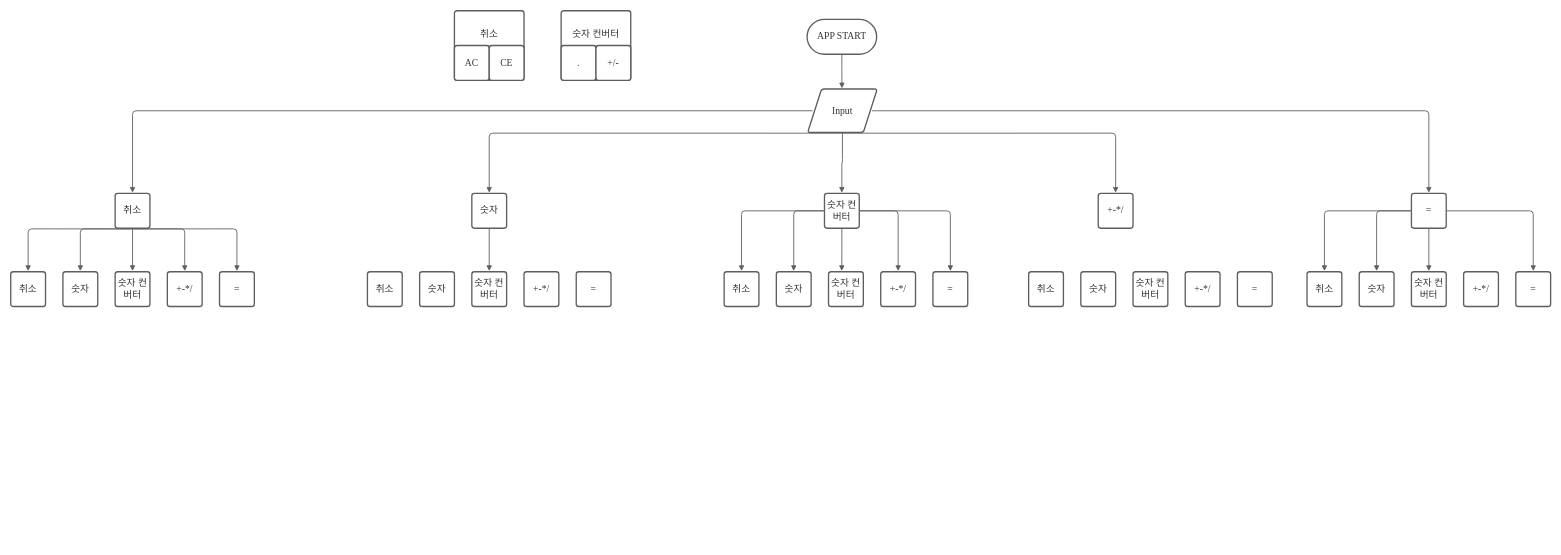
Earlier version of the draw.io diagram Untitled Diagram.drawio (Ldoy/ios-calculator-app). Source tidied: cells renumbered, new cells numbered last; positions are measured from the earlier drawing's top-left corner, leaving out a move shared by most shapes. Both pictures are drawn from the tidied source at 58%, with x=0, y=0 at pixel (10, 10).
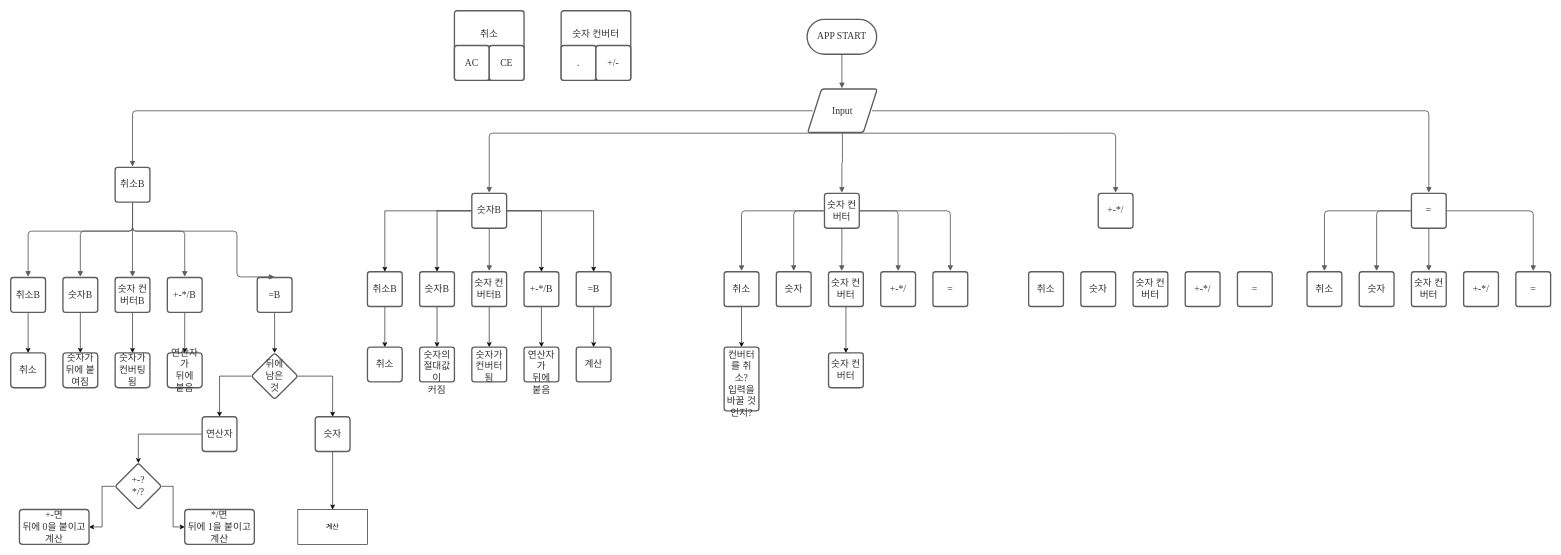
After the change.

Unchanged cells that the change refers to:
```xml
<mxCell id="36" value="취소" style="html=1;overflow=block;blockSpacing=1;whiteSpace=wrap;whiteSpace=wrap;fontSize=16.7;fontFamily=Liberation Serif;fontColor=#333333;spacing=3.8;strokeColor=#5e5e5e;strokeOpacity=100;rounded=1;absoluteArcSize=1;arcSize=9;strokeWidth=2.3;" parent="1" vertex="1">
  <mxGeometry x="1230" y="450" width="60" height="60" as="geometry" />
</mxCell>
<mxCell id="37" value="숫자 컨버터" style="html=1;overflow=block;blockSpacing=1;whiteSpace=wrap;whiteSpace=wrap;fontSize=16.7;fontFamily=Liberation Serif;fontColor=#333333;spacing=3.8;strokeColor=#5e5e5e;strokeOpacity=100;rounded=1;absoluteArcSize=1;arcSize=9;strokeWidth=2.3;" parent="1" vertex="1">
  <mxGeometry x="1410" y="450" width="60" height="60" as="geometry" />
</mxCell>
```

Change to the diagram source:
```diff
@@
+    <mxCell id="62" style="edgeStyle=orthogonalEdgeStyle;rounded=0;jettySize=auto;html=1;entryX=0.5;entryY=0;entryDx=0;entryDy=0;" parent="1" edge="1" source="5" target="31">
+      <mxGeometry relative="1" as="geometry" />
+    </mxCell>
+    <mxCell id="63" style="edgeStyle=orthogonalEdgeStyle;rounded=0;jettySize=auto;html=1;" parent="1" edge="1" source="5" target="28">
+      <mxGeometry relative="1" as="geometry" />
+    </mxCell>
+    <mxCell id="64" style="edgeStyle=orthogonalEdgeStyle;rounded=0;jettySize=auto;html=1;" parent="1" edge="1" source="5" target="29">
+      <mxGeometry relative="1" as="geometry" />
+    </mxCell>
+    <mxCell id="65" style="edgeStyle=orthogonalEdgeStyle;rounded=0;jettySize=auto;html=1;" parent="1" edge="1" source="5" target="30">
+      <mxGeometry relative="1" as="geometry" />
+    </mxCell>
-    <mxCell id="5" value="숫자" style="html=1;overflow=block;blockSpacing=1;whiteSpace=wrap;whiteSpace=wrap;fontSize=16.7;fontFamily=Liberation Serif;fontColor=#333333;spacing=3.8;strokeColor=#5E5E5E;rounded=1;absoluteArcSize=1;arcSize=9;strokeWidth=2.3;" parent="1" vertex="1">
+    <mxCell id="5" value="숫자B" style="html=1;overflow=block;blockSpacing=1;whiteSpace=wrap;whiteSpace=wrap;fontSize=16.7;fontFamily=Liberation Serif;fontColor=#333333;spacing=3.8;strokeColor=#5E5E5E;rounded=1;absoluteArcSize=1;arcSize=9;strokeWidth=2.3;" parent="1" vertex="1">
       <mxGeometry x="795" y="315" width="60" height="60" as="geometry" />
     </mxCell>
@@
-    <mxCell id="15" value="취소" style="html=1;overflow=block;blockSpacing=1;whiteSpace=wrap;whiteSpace=wrap;fontSize=16.7;fontFamily=Liberation Serif;fontColor=#333333;spacing=3.8;strokeColor=#5e5e5e;strokeOpacity=100;rounded=1;absoluteArcSize=1;arcSize=9;strokeWidth=2.3;" parent="1" vertex="1">
-      <mxGeometry x="180" y="315" width="60" height="60" as="geometry" />
+    <mxCell id="15" value="취소B" style="html=1;overflow=block;blockSpacing=1;whiteSpace=wrap;whiteSpace=wrap;fontSize=16.7;fontFamily=Liberation Serif;fontColor=#333333;spacing=3.8;strokeColor=#5e5e5e;strokeOpacity=100;rounded=1;absoluteArcSize=1;arcSize=9;strokeWidth=2.3;" parent="1" vertex="1">
+      <mxGeometry x="180" y="270" width="60" height="60" as="geometry" />
     </mxCell>
@@
+    <mxCell id="66" style="edgeStyle=orthogonalEdgeStyle;rounded=0;jettySize=auto;html=1;" parent="1" edge="1" source="22" target="79">
+      <mxGeometry relative="1" as="geometry" />
+    </mxCell>
-    <mxCell id="22" value="숫자" style="html=1;overflow=block;blockSpacing=1;whiteSpace=wrap;whiteSpace=wrap;fontSize=16.7;fontFamily=Liberation Serif;fontColor=#333333;spacing=3.8;strokeColor=#5E5E5E;rounded=1;absoluteArcSize=1;arcSize=9;strokeWidth=2.3;" parent="1" vertex="1">
-      <mxGeometry x="90" y="450" width="60" height="60" as="geometry" />
+    <mxCell id="22" value="숫자B" style="html=1;overflow=block;blockSpacing=1;whiteSpace=wrap;whiteSpace=wrap;fontSize=16.7;fontFamily=Liberation Serif;fontColor=#333333;spacing=3.8;strokeColor=#5E5E5E;rounded=1;absoluteArcSize=1;arcSize=9;strokeWidth=2.3;" parent="1" vertex="1">
+      <mxGeometry x="90" y="460" width="60" height="60" as="geometry" />
     </mxCell>
+    <mxCell id="67" style="edgeStyle=orthogonalEdgeStyle;rounded=0;jettySize=auto;html=1;" parent="1" edge="1" source="23" target="81">
+      <mxGeometry relative="1" as="geometry" />
+    </mxCell>
-    <mxCell id="23" value="+-*/" style="html=1;overflow=block;blockSpacing=1;whiteSpace=wrap;whiteSpace=wrap;fontSize=16.7;fontFamily=Liberation Serif;fontColor=#333333;spacing=3.8;strokeColor=#5E5E5E;rounded=1;absoluteArcSize=1;arcSize=9;strokeWidth=2.3;" parent="1" vertex="1">
-      <mxGeometry x="270" y="450" width="60" height="60" as="geometry" />
+    <mxCell id="23" value="+-*/B" style="html=1;overflow=block;blockSpacing=1;whiteSpace=wrap;whiteSpace=wrap;fontSize=16.7;fontFamily=Liberation Serif;fontColor=#333333;spacing=3.8;strokeColor=#5E5E5E;rounded=1;absoluteArcSize=1;arcSize=9;strokeWidth=2.3;" parent="1" vertex="1">
+      <mxGeometry x="270" y="460" width="60" height="60" as="geometry" />
     </mxCell>
+    <mxCell id="68" style="edgeStyle=orthogonalEdgeStyle;rounded=0;jettySize=auto;html=1;" parent="1" edge="1" source="24" target="84">
+      <mxGeometry relative="1" as="geometry" />
+    </mxCell>
-    <mxCell id="24" value="=" style="html=1;overflow=block;blockSpacing=1;whiteSpace=wrap;whiteSpace=wrap;fontSize=16.7;fontFamily=Liberation Serif;fontColor=#333333;spacing=3.8;strokeColor=#5E5E5E;rounded=1;absoluteArcSize=1;arcSize=9;strokeWidth=2.3;" parent="1" vertex="1">
-      <mxGeometry x="360" y="450" width="60" height="60" as="geometry" />
+    <mxCell id="24" value="=B" style="html=1;overflow=block;blockSpacing=1;whiteSpace=wrap;whiteSpace=wrap;fontSize=16.7;fontFamily=Liberation Serif;fontColor=#333333;spacing=3.8;strokeColor=#5E5E5E;rounded=1;absoluteArcSize=1;arcSize=9;strokeWidth=2.3;" parent="1" vertex="1">
+      <mxGeometry x="425" y="460" width="60" height="60" as="geometry" />
     </mxCell>
+    <mxCell id="69" style="edgeStyle=orthogonalEdgeStyle;rounded=0;jettySize=auto;html=1;" parent="1" edge="1" source="25" target="78">
+      <mxGeometry relative="1" as="geometry" />
+    </mxCell>
-    <mxCell id="25" value="취소" style="html=1;overflow=block;blockSpacing=1;whiteSpace=wrap;whiteSpace=wrap;fontSize=16.7;fontFamily=Liberation Serif;fontColor=#333333;spacing=3.8;strokeColor=#5e5e5e;strokeOpacity=100;rounded=1;absoluteArcSize=1;arcSize=9;strokeWidth=2.3;" parent="1" vertex="1">
-      <mxGeometry y="450" width="60" height="60" as="geometry" />
+    <mxCell id="25" value="취소B" style="html=1;overflow=block;blockSpacing=1;whiteSpace=wrap;whiteSpace=wrap;fontSize=16.7;fontFamily=Liberation Serif;fontColor=#333333;spacing=3.8;strokeColor=#5e5e5e;strokeOpacity=100;rounded=1;absoluteArcSize=1;arcSize=9;strokeWidth=2.3;" parent="1" vertex="1">
+      <mxGeometry y="460" width="60" height="60" as="geometry" />
     </mxCell>
+    <mxCell id="70" style="edgeStyle=orthogonalEdgeStyle;rounded=0;jettySize=auto;html=1;" parent="1" edge="1" source="26" target="80">
+      <mxGeometry relative="1" as="geometry" />
+    </mxCell>
-    <mxCell id="26" value="숫자 컨버터" style="html=1;overflow=block;blockSpacing=1;whiteSpace=wrap;whiteSpace=wrap;fontSize=16.7;fontFamily=Liberation Serif;fontColor=#333333;spacing=3.8;strokeColor=#5e5e5e;strokeOpacity=100;rounded=1;absoluteArcSize=1;arcSize=9;strokeWidth=2.3;" parent="1" vertex="1">
-      <mxGeometry x="180" y="450" width="60" height="60" as="geometry" />
+    <mxCell id="26" value="숫자 컨버터B" style="html=1;overflow=block;blockSpacing=1;whiteSpace=wrap;whiteSpace=wrap;fontSize=16.7;fontFamily=Liberation Serif;fontColor=#333333;spacing=3.8;strokeColor=#5e5e5e;strokeOpacity=100;rounded=1;absoluteArcSize=1;arcSize=9;strokeWidth=2.3;" parent="1" vertex="1">
+      <mxGeometry x="180" y="460" width="60" height="60" as="geometry" />
     </mxCell>
@@
+    <mxCell id="71" style="edgeStyle=orthogonalEdgeStyle;rounded=0;jettySize=auto;html=1;" parent="1" edge="1" source="28" target="96">
+      <mxGeometry relative="1" as="geometry" />
+    </mxCell>
-    <mxCell id="28" value="숫자" style="html=1;overflow=block;blockSpacing=1;whiteSpace=wrap;whiteSpace=wrap;fontSize=16.7;fontFamily=Liberation Serif;fontColor=#333333;spacing=3.8;strokeColor=#5E5E5E;rounded=1;absoluteArcSize=1;arcSize=9;strokeWidth=2.3;" parent="1" vertex="1">
+    <mxCell id="28" value="숫자B" style="html=1;overflow=block;blockSpacing=1;whiteSpace=wrap;whiteSpace=wrap;fontSize=16.7;fontFamily=Liberation Serif;fontColor=#333333;spacing=3.8;strokeColor=#5E5E5E;rounded=1;absoluteArcSize=1;arcSize=9;strokeWidth=2.3;" parent="1" vertex="1">
       <mxGeometry x="705" y="450" width="60" height="60" as="geometry" />
     </mxCell>
+    <mxCell id="72" style="edgeStyle=orthogonalEdgeStyle;rounded=0;jettySize=auto;html=1;" parent="1" edge="1" source="29" target="98">
+      <mxGeometry relative="1" as="geometry" />
+    </mxCell>
-    <mxCell id="29" value="+-*/" style="html=1;overflow=block;blockSpacing=1;whiteSpace=wrap;whiteSpace=wrap;fontSize=16.7;fontFamily=Liberation Serif;fontColor=#333333;spacing=3.8;strokeColor=#5E5E5E;rounded=1;absoluteArcSize=1;arcSize=9;strokeWidth=2.3;" parent="1" vertex="1">
+    <mxCell id="29" value="+-*/B" style="html=1;overflow=block;blockSpacing=1;whiteSpace=wrap;whiteSpace=wrap;fontSize=16.7;fontFamily=Liberation Serif;fontColor=#333333;spacing=3.8;strokeColor=#5E5E5E;rounded=1;absoluteArcSize=1;arcSize=9;strokeWidth=2.3;" parent="1" vertex="1">
       <mxGeometry x="885" y="450" width="60" height="60" as="geometry" />
     </mxCell>
+    <mxCell id="73" style="edgeStyle=orthogonalEdgeStyle;rounded=0;jettySize=auto;html=1;" parent="1" edge="1" source="30" target="99">
+      <mxGeometry relative="1" as="geometry" />
+    </mxCell>
-    <mxCell id="30" value="=" style="html=1;overflow=block;blockSpacing=1;whiteSpace=wrap;whiteSpace=wrap;fontSize=16.7;fontFamily=Liberation Serif;fontColor=#333333;spacing=3.8;strokeColor=#5E5E5E;rounded=1;absoluteArcSize=1;arcSize=9;strokeWidth=2.3;" parent="1" vertex="1">
+    <mxCell id="30" value="=B" style="html=1;overflow=block;blockSpacing=1;whiteSpace=wrap;whiteSpace=wrap;fontSize=16.7;fontFamily=Liberation Serif;fontColor=#333333;spacing=3.8;strokeColor=#5E5E5E;rounded=1;absoluteArcSize=1;arcSize=9;strokeWidth=2.3;" parent="1" vertex="1">
       <mxGeometry x="975" y="450" width="60" height="60" as="geometry" />
     </mxCell>
+    <mxCell id="74" style="edgeStyle=orthogonalEdgeStyle;rounded=0;jettySize=auto;html=1;" parent="1" edge="1" source="31" target="95">
+      <mxGeometry relative="1" as="geometry" />
+    </mxCell>
-    <mxCell id="31" value="취소" style="html=1;overflow=block;blockSpacing=1;whiteSpace=wrap;whiteSpace=wrap;fontSize=16.7;fontFamily=Liberation Serif;fontColor=#333333;spacing=3.8;strokeColor=#5e5e5e;strokeOpacity=100;rounded=1;absoluteArcSize=1;arcSize=9;strokeWidth=2.3;" parent="1" vertex="1">
+    <mxCell id="31" value="취소B" style="html=1;overflow=block;blockSpacing=1;whiteSpace=wrap;whiteSpace=wrap;fontSize=16.7;fontFamily=Liberation Serif;fontColor=#333333;spacing=3.8;strokeColor=#5e5e5e;strokeOpacity=100;rounded=1;absoluteArcSize=1;arcSize=9;strokeWidth=2.3;" parent="1" vertex="1">
       <mxGeometry x="615" y="450" width="60" height="60" as="geometry" />
     </mxCell>
+    <mxCell id="75" style="edgeStyle=orthogonalEdgeStyle;rounded=0;jettySize=auto;html=1;" parent="1" edge="1" source="32" target="97">
+      <mxGeometry relative="1" as="geometry" />
+    </mxCell>
-    <mxCell id="32" value="숫자 컨버터" style="html=1;overflow=block;blockSpacing=1;whiteSpace=wrap;whiteSpace=wrap;fontSize=16.7;fontFamily=Liberation Serif;fontColor=#333333;spacing=3.8;strokeColor=#5e5e5e;strokeOpacity=100;rounded=1;absoluteArcSize=1;arcSize=9;strokeWidth=2.3;" parent="1" vertex="1">
+    <mxCell id="32" value="숫자 컨버터B" style="html=1;overflow=block;blockSpacing=1;whiteSpace=wrap;whiteSpace=wrap;fontSize=16.7;fontFamily=Liberation Serif;fontColor=#333333;spacing=3.8;strokeColor=#5e5e5e;strokeOpacity=100;rounded=1;absoluteArcSize=1;arcSize=9;strokeWidth=2.3;" parent="1" vertex="1">
       <mxGeometry x="795" y="450" width="60" height="60" as="geometry" />
     </mxCell>
@@
+    <mxCell id="76" style="edgeStyle=orthogonalEdgeStyle;rounded=0;jettySize=auto;html=1;" parent="1" edge="1" source="36" target="100">
+      <mxGeometry relative="1" as="geometry" />
+    </mxCell>
@@
+    <mxCell id="77" style="edgeStyle=orthogonalEdgeStyle;rounded=0;jettySize=auto;html=1;" parent="1" edge="1" source="37" target="101">
+      <mxGeometry relative="1" as="geometry" />
+    </mxCell>
@@
     <mxCell id="49" style="html=1;jettySize=18;whiteSpace=wrap;fontSize=13;strokeColor=#5E5E5E;strokeWidth=1.5;rounded=1;arcSize=12;edgeStyle=orthogonalEdgeStyle;startArrow=none;endArrow=block;endFill=1;exitX=0.5;exitY=1.019;exitPerimeter=0;entryX=0.5;entryY=-0.019;entryPerimeter=0;" parent="1" edge="1" source="15" target="25">
-      <mxGeometry relative="1" as="geometry" />
+      <mxGeometry relative="1" as="geometry">
+        <Array as="points">
+          <mxPoint x="210" y="380" />
+          <mxPoint x="30" y="380" />
+        </Array>
+      </mxGeometry>
     </mxCell>
     <mxCell id="50" style="html=1;jettySize=18;whiteSpace=wrap;fontSize=13;strokeColor=#5E5E5E;strokeWidth=1.5;rounded=1;arcSize=12;edgeStyle=orthogonalEdgeStyle;startArrow=none;endArrow=block;endFill=1;exitX=0.5;exitY=1.019;exitPerimeter=0;entryX=0.5;entryY=-0.019;entryPerimeter=0;" parent="1" edge="1" source="15" target="22">
-      <mxGeometry relative="1" as="geometry" />
+      <mxGeometry relative="1" as="geometry">
+        <Array as="points">
+          <mxPoint x="210" y="380" />
+          <mxPoint x="120" y="380" />
+        </Array>
+      </mxGeometry>
     </mxCell>
@@
     <mxCell id="56" style="html=1;jettySize=18;whiteSpace=wrap;fontSize=13;strokeColor=#5E5E5E;strokeWidth=1.5;rounded=1;arcSize=12;edgeStyle=orthogonalEdgeStyle;startArrow=none;endArrow=block;endFill=1;exitX=0.5;exitY=1.019;exitPerimeter=0;entryX=0.5;entryY=-0.019;entryPerimeter=0;" parent="1" edge="1" source="15" target="23">
-      <mxGeometry relative="1" as="geometry" />
+      <mxGeometry relative="1" as="geometry">
+        <Array as="points">
+          <mxPoint x="210" y="380" />
+          <mxPoint x="300" y="380" />
+        </Array>
+      </mxGeometry>
     </mxCell>
@@
     <mxCell id="60" style="html=1;jettySize=18;whiteSpace=wrap;fontSize=13;strokeColor=#5E5E5E;strokeWidth=1.5;rounded=1;arcSize=12;edgeStyle=orthogonalEdgeStyle;startArrow=none;endArrow=block;endFill=1;exitX=0.5;exitY=1.019;exitPerimeter=0;entryX=0.5;entryY=-0.019;entryPerimeter=0;" parent="1" edge="1" source="15" target="24">
-      <mxGeometry relative="1" as="geometry" />
+      <mxGeometry relative="1" as="geometry">
+        <Array as="points">
+          <mxPoint x="210" y="380" />
+          <mxPoint x="390" y="380" />
+        </Array>
+      </mxGeometry>
     </mxCell>
@@
+    <mxCell id="78" value="취소" style="whiteSpace=wrap;html=1;rounded=1;fontFamily=Liberation Serif;fontSize=16.7;fontColor=#333333;strokeColor=#5e5e5e;strokeWidth=2.3;spacing=3.8;arcSize=9;" parent="1" vertex="1">
+      <mxGeometry y="590" width="60" height="60" as="geometry" />
+    </mxCell>
+    <mxCell id="79" value="숫자가 뒤에 붙여짐" style="whiteSpace=wrap;html=1;rounded=1;fontFamily=Liberation Serif;fontSize=16.7;fontColor=#333333;strokeColor=#5E5E5E;strokeWidth=2.3;spacing=3.8;arcSize=9;" parent="1" vertex="1">
+      <mxGeometry x="90" y="590" width="60" height="60" as="geometry" />
+    </mxCell>
+    <mxCell id="80" value="숫자가&lt;br&gt;컨버팅됨" style="whiteSpace=wrap;html=1;rounded=1;fontFamily=Liberation Serif;fontSize=16.7;fontColor=#333333;strokeColor=#5e5e5e;strokeWidth=2.3;spacing=3.8;arcSize=9;" parent="1" vertex="1">
+      <mxGeometry x="180" y="590" width="60" height="60" as="geometry" />
+    </mxCell>
+    <mxCell id="81" value="연산자가&lt;br&gt;뒤에&lt;br&gt;붙음" style="whiteSpace=wrap;html=1;rounded=1;fontFamily=Liberation Serif;fontSize=16.7;fontColor=#333333;strokeColor=#5E5E5E;strokeWidth=2.3;spacing=3.8;arcSize=9;" parent="1" vertex="1">
+      <mxGeometry x="270" y="590" width="60" height="60" as="geometry" />
+    </mxCell>
+    <mxCell id="82" style="edgeStyle=orthogonalEdgeStyle;rounded=0;jettySize=auto;html=1;" parent="1" edge="1" source="84" target="86">
+      <mxGeometry relative="1" as="geometry" />
+    </mxCell>
+    <mxCell id="83" style="edgeStyle=orthogonalEdgeStyle;rounded=0;jettySize=auto;html=1;" parent="1" edge="1" source="84" target="88">
+      <mxGeometry relative="1" as="geometry" />
+    </mxCell>
+    <mxCell id="84" value="뒤에&lt;br&gt;남은&lt;br&gt;것" style="rhombus;whiteSpace=wrap;html=1;rounded=1;fontFamily=Liberation Serif;fontSize=16.7;fontColor=#333333;strokeColor=#5E5E5E;strokeWidth=2.3;spacing=3.8;arcSize=9;" parent="1" vertex="1">
+      <mxGeometry x="415" y="590" width="80" height="80" as="geometry" />
+    </mxCell>
+    <mxCell id="85" style="edgeStyle=orthogonalEdgeStyle;rounded=0;jettySize=auto;html=1;" parent="1" edge="1" source="86" target="89">
+      <mxGeometry relative="1" as="geometry" />
+    </mxCell>
+    <mxCell id="86" value="숫자" style="whiteSpace=wrap;html=1;rounded=1;fontFamily=Liberation Serif;fontSize=16.7;fontColor=#333333;strokeColor=#5E5E5E;strokeWidth=2.3;spacing=3.8;arcSize=9;" parent="1" vertex="1">
+      <mxGeometry x="525" y="700" width="60" height="60" as="geometry" />
+    </mxCell>
+    <mxCell id="87" style="edgeStyle=orthogonalEdgeStyle;rounded=0;jettySize=auto;html=1;" parent="1" edge="1" source="88" target="92">
+      <mxGeometry relative="1" as="geometry" />
+    </mxCell>
+    <mxCell id="88" value="연산자" style="whiteSpace=wrap;html=1;rounded=1;fontFamily=Liberation Serif;fontSize=16.7;fontColor=#333333;strokeColor=#5E5E5E;strokeWidth=2.3;spacing=3.8;arcSize=9;" parent="1" vertex="1">
+      <mxGeometry x="330" y="700" width="60" height="60" as="geometry" />
+    </mxCell>
+    <mxCell id="89" value="계산" style="rounded=0;whiteSpace=wrap;html=1;" parent="1" vertex="1">
+      <mxGeometry x="495" y="860" width="120" height="60" as="geometry" />
+    </mxCell>
+    <mxCell id="90" style="edgeStyle=orthogonalEdgeStyle;rounded=0;jettySize=auto;html=1;" parent="1" edge="1" source="92" target="93">
+      <mxGeometry relative="1" as="geometry" />
+    </mxCell>
+    <mxCell id="91" style="edgeStyle=orthogonalEdgeStyle;rounded=0;jettySize=auto;html=1;" parent="1" edge="1" source="92" target="94">
+      <mxGeometry relative="1" as="geometry" />
+    </mxCell>
+    <mxCell id="92" value="+-?&lt;br&gt;*/?" style="rhombus;whiteSpace=wrap;html=1;rounded=1;fontFamily=Liberation Serif;fontSize=16.7;fontColor=#333333;strokeColor=#5E5E5E;strokeWidth=2.3;spacing=3.8;arcSize=9;" parent="1" vertex="1">
+      <mxGeometry x="180" y="780" width="80" height="80" as="geometry" />
+    </mxCell>
+    <mxCell id="93" value="+-면&lt;br&gt;뒤에 0을 붙이고 계산" style="whiteSpace=wrap;html=1;rounded=1;fontFamily=Liberation Serif;fontSize=16.7;fontColor=#333333;strokeColor=#5E5E5E;strokeWidth=2.3;spacing=3.8;arcSize=9;" parent="1" vertex="1">
+      <mxGeometry x="15" y="860" width="120" height="60" as="geometry" />
+    </mxCell>
+    <mxCell id="94" value="*/면&lt;br&gt;뒤에 1을 붙이고 계산" style="whiteSpace=wrap;html=1;rounded=1;fontFamily=Liberation Serif;fontSize=16.7;fontColor=#333333;strokeColor=#5E5E5E;strokeWidth=2.3;spacing=3.8;arcSize=9;" parent="1" vertex="1">
+      <mxGeometry x="300" y="860" width="120" height="60" as="geometry" />
+    </mxCell>
+    <mxCell id="95" value="취소" style="whiteSpace=wrap;html=1;rounded=1;fontFamily=Liberation Serif;fontSize=16.7;fontColor=#333333;strokeColor=#5e5e5e;strokeWidth=2.3;spacing=3.8;arcSize=9;" parent="1" vertex="1">
+      <mxGeometry x="615" y="580" width="60" height="60" as="geometry" />
+    </mxCell>
+    <mxCell id="96" value="숫자의&lt;br&gt;절대값이&lt;br&gt;커짐" style="html=1;overflow=block;blockSpacing=1;whiteSpace=wrap;whiteSpace=wrap;fontSize=16.7;fontFamily=Liberation Serif;fontColor=#333333;spacing=3.8;strokeColor=#5E5E5E;rounded=1;absoluteArcSize=1;arcSize=9;strokeWidth=2.3;" parent="1" vertex="1">
+      <mxGeometry x="705" y="580" width="60" height="60" as="geometry" />
+    </mxCell>
+    <mxCell id="97" value="숫자가&lt;br&gt;컨버터&lt;br&gt;됨" style="html=1;overflow=block;blockSpacing=1;whiteSpace=wrap;whiteSpace=wrap;fontSize=16.7;fontFamily=Liberation Serif;fontColor=#333333;spacing=3.8;strokeColor=#5e5e5e;strokeOpacity=100;rounded=1;absoluteArcSize=1;arcSize=9;strokeWidth=2.3;" parent="1" vertex="1">
+      <mxGeometry x="795" y="580" width="60" height="60" as="geometry" />
+    </mxCell>
+    <mxCell id="98" value="연산자가&lt;br&gt;뒤에&lt;br&gt;붙음" style="html=1;overflow=block;blockSpacing=1;whiteSpace=wrap;whiteSpace=wrap;fontSize=16.7;fontFamily=Liberation Serif;fontColor=#333333;spacing=3.8;strokeColor=#5E5E5E;rounded=1;absoluteArcSize=1;arcSize=9;strokeWidth=2.3;" parent="1" vertex="1">
+      <mxGeometry x="885" y="580" width="60" height="60" as="geometry" />
+    </mxCell>
+    <mxCell id="99" value="계산" style="html=1;overflow=block;blockSpacing=1;whiteSpace=wrap;whiteSpace=wrap;fontSize=16.7;fontFamily=Liberation Serif;fontColor=#333333;spacing=3.8;strokeColor=#5E5E5E;rounded=1;absoluteArcSize=1;arcSize=9;strokeWidth=2.3;" parent="1" vertex="1">
+      <mxGeometry x="975" y="580" width="60" height="60" as="geometry" />
+    </mxCell>
+    <mxCell id="100" value="컨버터를 취소?&lt;br&gt;입력을 바꿀 것인지?" style="html=1;overflow=block;blockSpacing=1;whiteSpace=wrap;whiteSpace=wrap;fontSize=16.7;fontFamily=Liberation Serif;fontColor=#333333;spacing=3.8;strokeColor=#5e5e5e;strokeOpacity=100;rounded=1;absoluteArcSize=1;arcSize=9;strokeWidth=2.3;" parent="1" vertex="1">
+      <mxGeometry x="1230" y="580" width="60" height="110" as="geometry" />
+    </mxCell>
+    <mxCell id="101" value="숫자 컨버터" style="html=1;overflow=block;blockSpacing=1;whiteSpace=wrap;whiteSpace=wrap;fontSize=16.7;fontFamily=Liberation Serif;fontColor=#333333;spacing=3.8;strokeColor=#5e5e5e;strokeOpacity=100;rounded=1;absoluteArcSize=1;arcSize=9;strokeWidth=2.3;" parent="1" vertex="1">
+      <mxGeometry x="1410" y="590" width="60" height="60" as="geometry" />
+    </mxCell>
```
